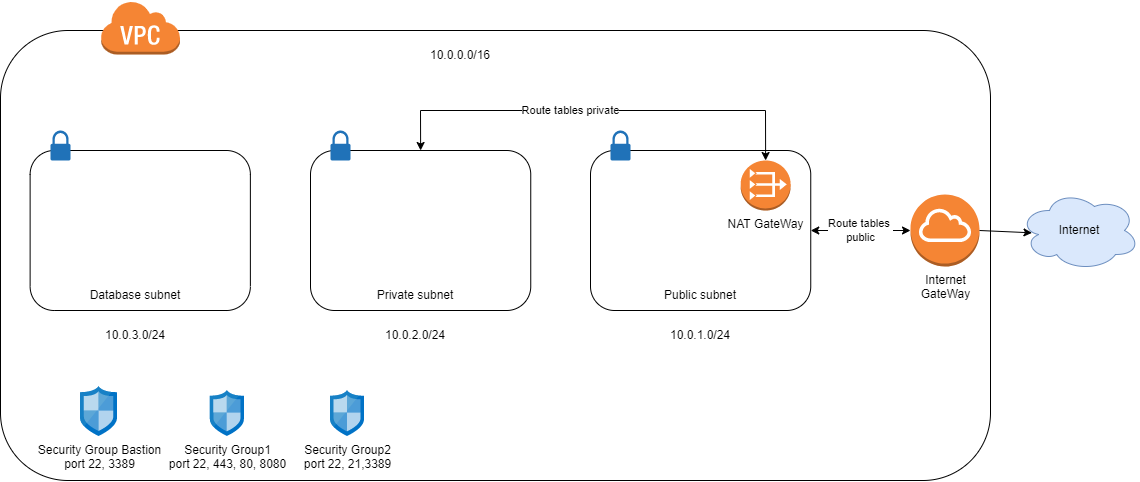
Above: aws/network/diagram.drawio.png in nkartem/terraform (draw.io), before the change. Source tidied: cells renumbered, new cells last; positions are measured from the earlier drawing's top-left corner, leaving out a move shared by most shapes.
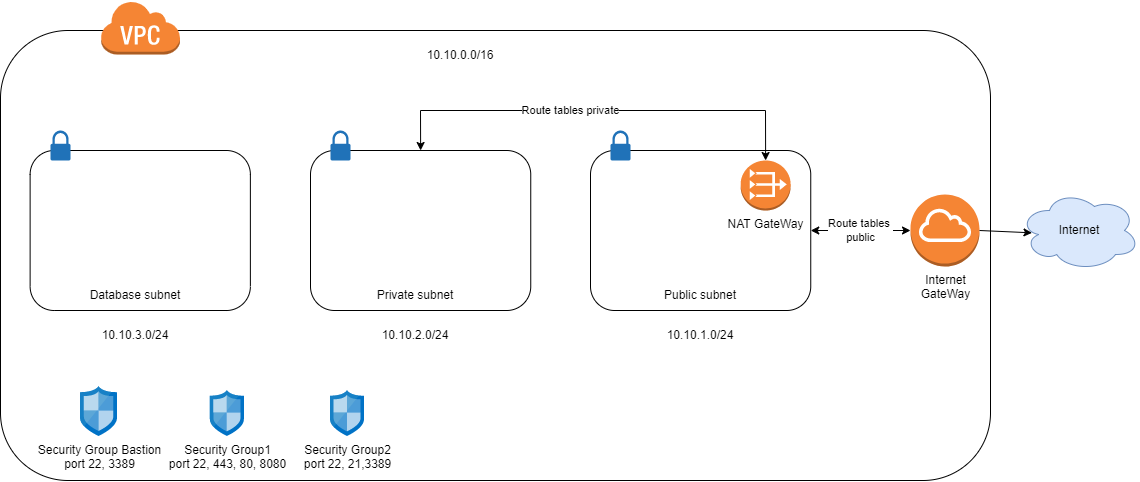
After the change.

Diff of the diagram source:
```diff
@@ -35,16 +35,16 @@
     <mxCell id="12" value="Database subnet" style="text;html=1;strokeColor=none;fillColor=none;align=center;verticalAlign=middle;whiteSpace=wrap;rounded=0;" parent="1" vertex="1">
       <mxGeometry x="80" y="280" width="110" height="30" as="geometry" />
     </mxCell>
-    <mxCell id="13" value="10.0.0.0/16" style="text;html=1;strokeColor=none;fillColor=none;align=center;verticalAlign=middle;whiteSpace=wrap;rounded=0;" parent="1" vertex="1">
+    <mxCell id="13" value="10.10.0.0/16" style="text;html=1;strokeColor=none;fillColor=none;align=center;verticalAlign=middle;whiteSpace=wrap;rounded=0;" parent="1" vertex="1">
       <mxGeometry x="420" y="40" width="80" height="30" as="geometry" />
     </mxCell>
-    <mxCell id="14" value="10.0.1.0/24" style="text;html=1;strokeColor=none;fillColor=none;align=center;verticalAlign=middle;whiteSpace=wrap;rounded=0;" parent="1" vertex="1">
+    <mxCell id="14" value="10.10.1.0/24" style="text;html=1;strokeColor=none;fillColor=none;align=center;verticalAlign=middle;whiteSpace=wrap;rounded=0;" parent="1" vertex="1">
       <mxGeometry x="660.1" y="320" width="80" height="30" as="geometry" />
     </mxCell>
-    <mxCell id="15" value="10.0.2.0/24" style="text;html=1;strokeColor=none;fillColor=none;align=center;verticalAlign=middle;whiteSpace=wrap;rounded=0;" parent="1" vertex="1">
+    <mxCell id="15" value="10.10.2.0/24" style="text;html=1;strokeColor=none;fillColor=none;align=center;verticalAlign=middle;whiteSpace=wrap;rounded=0;" parent="1" vertex="1">
       <mxGeometry x="375" y="320" width="80" height="30" as="geometry" />
     </mxCell>
-    <mxCell id="16" value="10.0.3.0/24" style="text;html=1;strokeColor=none;fillColor=none;align=center;verticalAlign=middle;whiteSpace=wrap;rounded=0;" parent="1" vertex="1">
+    <mxCell id="16" value="10.10.3.0/24" style="text;html=1;strokeColor=none;fillColor=none;align=center;verticalAlign=middle;whiteSpace=wrap;rounded=0;" parent="1" vertex="1">
       <mxGeometry x="95" y="320" width="80" height="30" as="geometry" />
     </mxCell>
     <mxCell id="17" style="endArrow=classic;startArrow=classic;html=1;rounded=0;entryX=0;entryY=0.5;entryDx=0;entryDy=0;entryPerimeter=0;exitX=1;exitY=0.5;exitDx=0;exitDy=0;" parent="1" edge="1" source="6" target="8">
```
